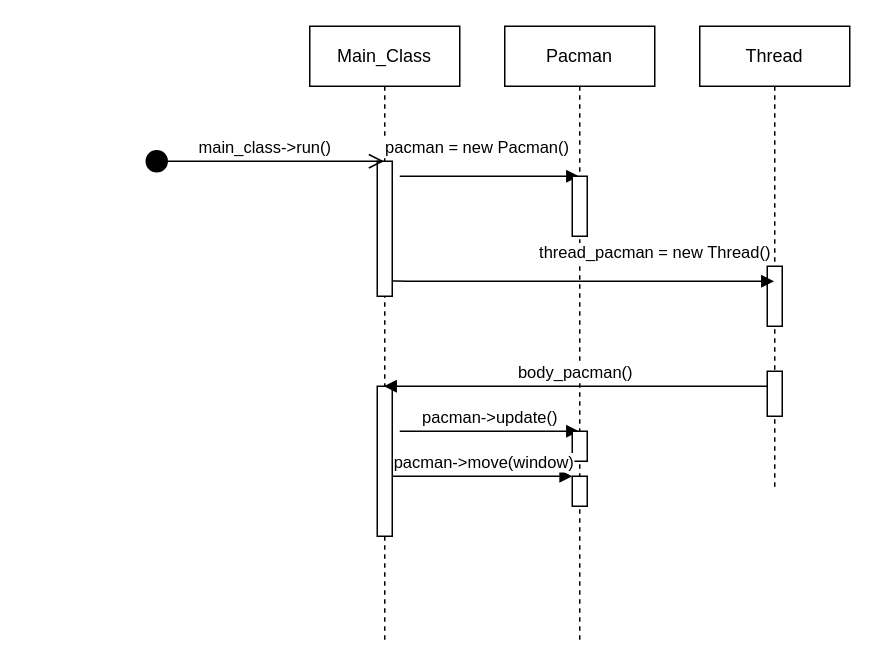
Before: diagrams/pacman_sequence_diagram.drawio in arthurwinck/so-trab-final, a draw.io diagram. Source tidied: cells renumbered, new cells numbered last; positions are measured from the earlier drawing's top-left corner, leaving out a move shared by most shapes. Both pictures are drawn from the tidied source at 150%, with x=0, y=0 at pixel (144, 26).
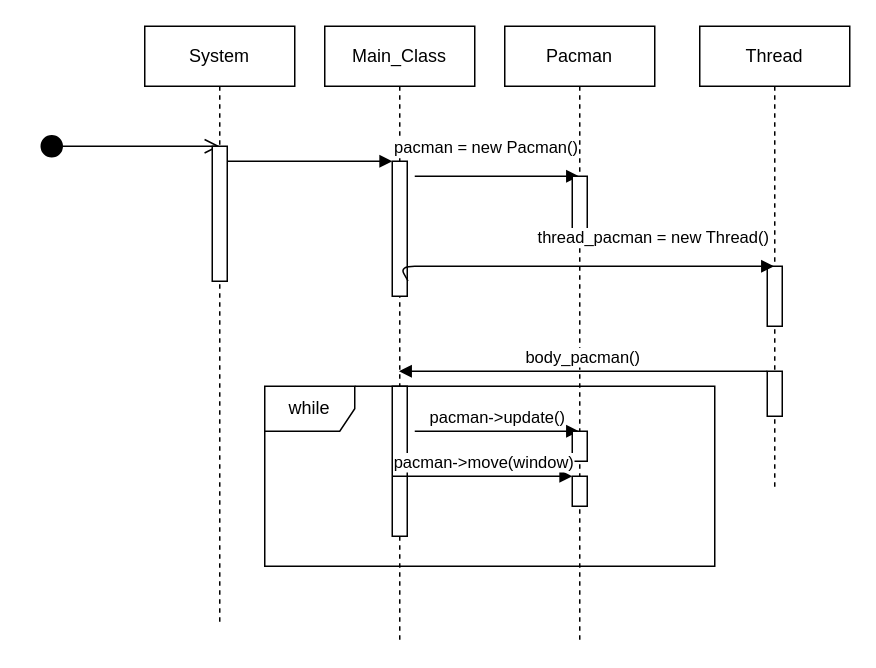
The same diagram, later.

The change refers to these unchanged cells:
```xml
<mxCell id="3" style="html=1;points=[];perimeter=orthogonalPerimeter;" parent="2" vertex="1">
  <mxGeometry x="45" y="90" width="10" height="90" as="geometry" />
</mxCell>
<mxCell id="12" value="Thread" style="shape=umlLifeline;perimeter=lifelinePerimeter;whiteSpace=wrap;html=1;outlineConnect=0;size=40;" parent="1" vertex="1">
  <mxGeometry x="370" width="100" height="310" as="geometry" />
</mxCell>
<mxCell id="14" style="html=1;points=[];perimeter=orthogonalPerimeter;" parent="12" vertex="1">
  <mxGeometry x="45" y="230" width="10" height="30" as="geometry" />
</mxCell>
```

The edit, as a diff of the source:
```diff
@@
     <mxCell id="2" value="Main_Class" style="shape=umlLifeline;perimeter=lifelinePerimeter;whiteSpace=wrap;html=1;outlineConnect=0;size=40;" parent="1" vertex="1">
-      <mxGeometry x="110" width="100" height="410" as="geometry" />
+      <mxGeometry x="120" width="100" height="410" as="geometry" />
     </mxCell>
@@
+    <mxCell id="18" style="html=1;verticalAlign=bottom;endArrow=block;" parent="2" edge="1" source="19">
+      <mxGeometry x="-0.16" y="10" relative="1" as="geometry">
+        <mxPoint x="45" y="90" as="targetPoint" />
+      </mxGeometry>
+    </mxCell>
@@
     <mxCell id="15" value="thread_pacman = new Thread()" style="html=1;verticalAlign=bottom;endArrow=block;exitX=1.049;exitY=0.887;exitDx=0;exitDy=0;exitPerimeter=0;" parent="1" edge="1" source="3" target="12">
       <mxGeometry x="0.38" y="10" relative="1" as="geometry">
         <Array as="points">
-          <mxPoint x="170" y="170" />
+          <mxPoint x="170" y="160" />
         </Array>
       </mxGeometry>
     </mxCell>
     <mxCell id="16" value="body_pacman()" style="html=1;verticalAlign=bottom;endArrow=block;" parent="1" edge="1" source="14" target="2">
       <mxGeometry relative="1" as="geometry">
         <Array as="points">
-          <mxPoint x="270" y="240" />
+          <mxPoint x="270" y="230" />
         </Array>
       </mxGeometry>
     </mxCell>
-    <mxCell id="17" value="main_class-&amp;gt;run()" style="html=1;verticalAlign=bottom;startArrow=circle;startFill=1;endArrow=open;startSize=6;endSize=8;" parent="1" edge="1" target="2">
+    <mxCell id="17" style="html=1;verticalAlign=bottom;startArrow=circle;startFill=1;endArrow=open;startSize=6;endSize=8;" parent="1" edge="1">
       <mxGeometry relative="1" as="geometry">
-        <mxPoint y="90" as="sourcePoint" />
+        <mxPoint x="-70" y="80" as="sourcePoint" />
+        <mxPoint x="50" y="80" as="targetPoint" />
         <Array as="points">
-          <mxPoint x="20" y="90" />
+          <mxPoint x="20" y="80" />
         </Array>
       </mxGeometry>
     </mxCell>
+    <mxCell id="19" value="System" style="shape=umlLifeline;perimeter=lifelinePerimeter;whiteSpace=wrap;html=1;outlineConnect=0;size=40;" parent="1" vertex="1">
+      <mxGeometry width="100" height="400" as="geometry" />
+    </mxCell>
+    <mxCell id="20" style="html=1;perimeter=orthogonalPerimeter;" parent="19" vertex="1">
+      <mxGeometry x="45" y="80" width="10" height="90" as="geometry" />
+    </mxCell>
+    <mxCell id="21" value="while" style="shape=umlFrame;whiteSpace=wrap;html=1;" parent="1" vertex="1">
+      <mxGeometry x="80" y="240" width="300" height="120" as="geometry" />
+    </mxCell>
```
